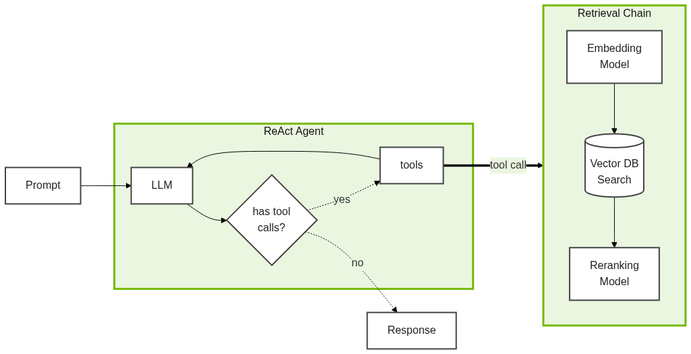
brevdev/workshop-build-an-agent keeps this Mermaid diagram as .devx/2-agentic-rag/img/agentic_rag.png. Above is the earlier version. Its source is kept beside it as .devx/2-agentic-rag/img/agentic_rag.mmd.
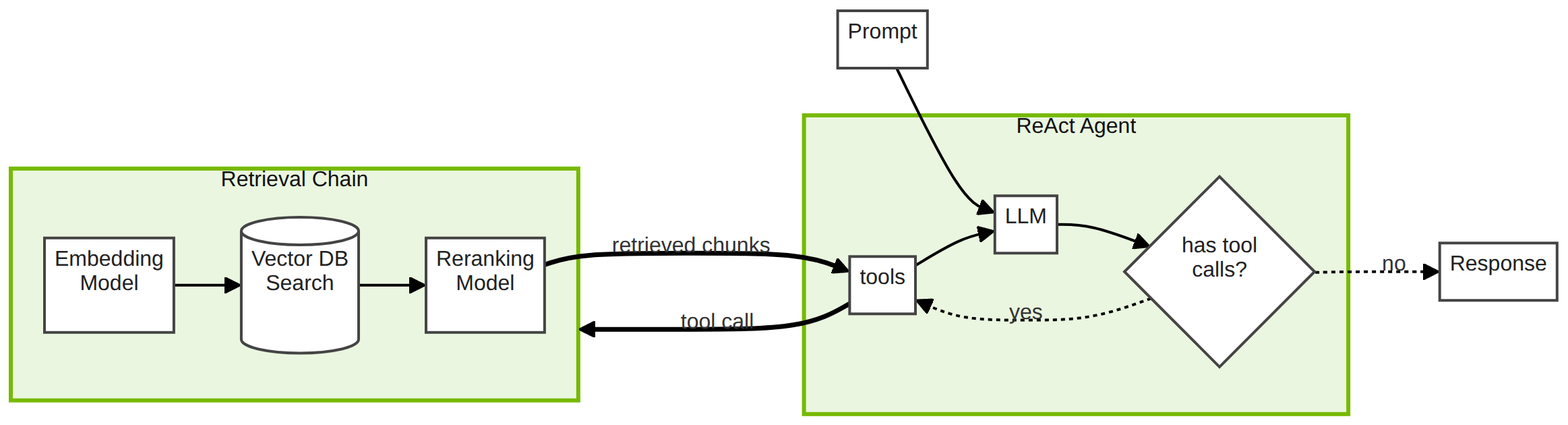
After the commit.

The edit, as a diff of the source:
```diff
@@ -24,6 +24,8 @@
         rerank[Reranking<br />Model]
     end
 
+    rerank ==retrieved chunks==> tools
+
     has_tools -.no .-> Response
 
     classDef node fill:#fff,stroke:#444,stroke-width:2px,color:#222;
```
